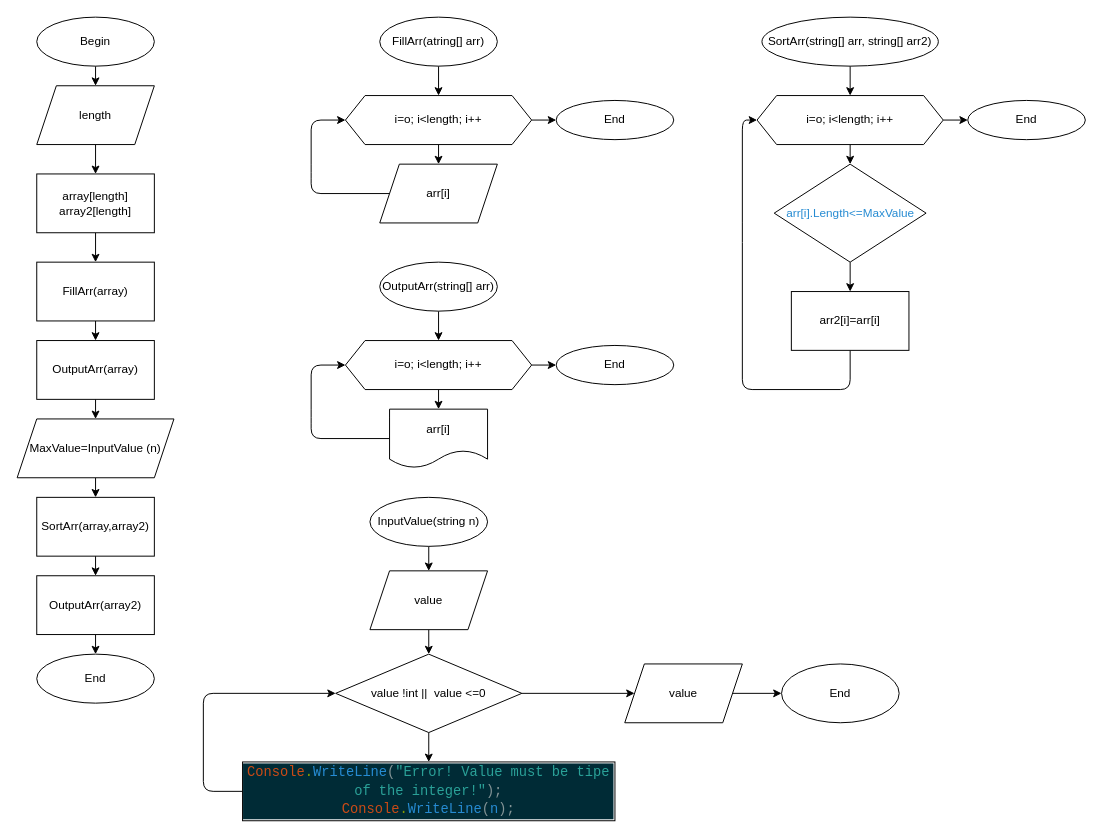
This is Block-diagram.drawio from Galina094/-.-., a draw.io file, before an edit. Source tidied: cells renumbered, new cells numbered last; positions are measured from the earlier drawing's top-left corner, leaving out a move shared by most shapes. Both pictures are drawn from the tidied source at 98%, with x=0, y=0 at pixel (17, 17).
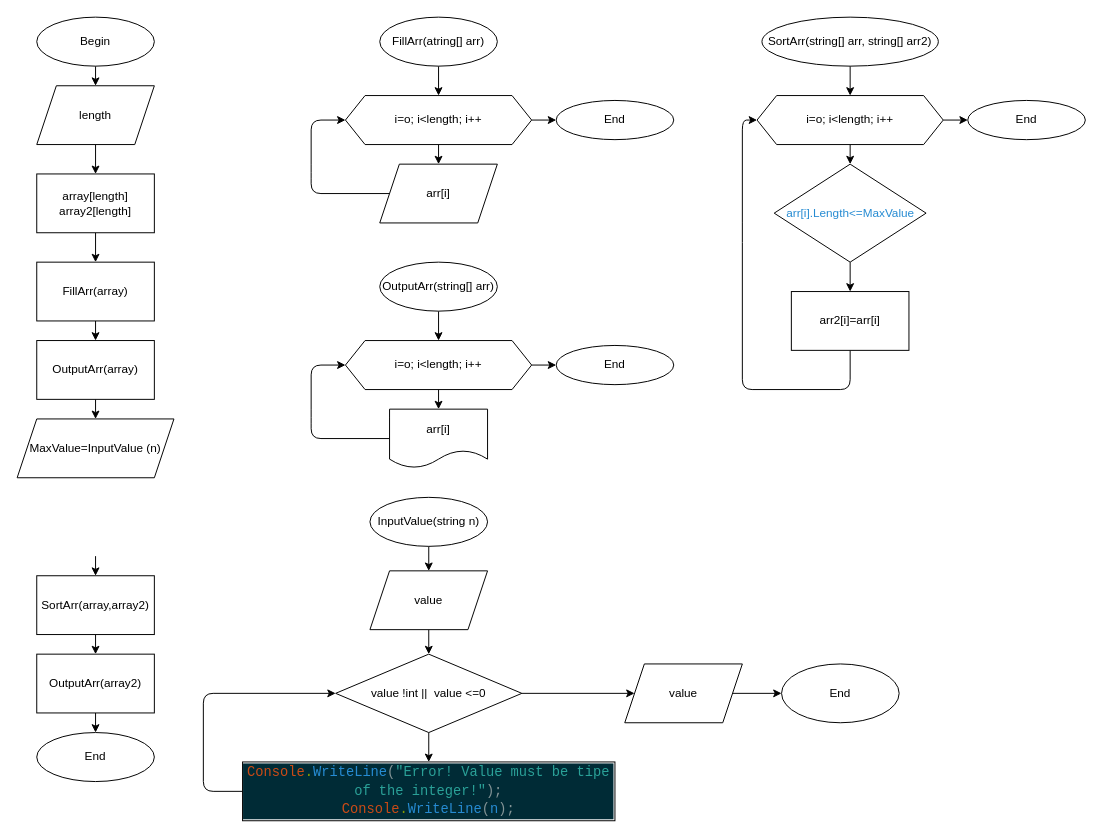
Above is the later version.

Unchanged cells that the change refers to:
```xml
<mxCell id="13" value="MaxValue=InputValue (n)" style="shape=parallelogram;perimeter=parallelogramPerimeter;whiteSpace=wrap;html=1;fixedSize=1;" parent="1" vertex="1">
  <mxGeometry y="410" width="160" height="60" as="geometry" />
</mxCell>
```

Diff of the diagram source:
```diff
@@
+    <mxCell id="57" style="edgeStyle=none;html=1;" parent="1" edge="1" target="15">
+      <mxGeometry relative="1" as="geometry">
+        <mxPoint x="80" y="550" as="sourcePoint" />
+      </mxGeometry>
+    </mxCell>
@@
-    <mxCell id="12" style="edgeStyle=none;html=1;exitX=0.5;exitY=1;exitDx=0;exitDy=0;entryX=0.5;entryY=0;entryDx=0;entryDy=0;" parent="1" edge="1" source="13" target="15">
-      <mxGeometry relative="1" as="geometry" />
-    </mxCell>
@@
     <mxCell id="15" value="SortArr(array,array2)" style="rounded=0;whiteSpace=wrap;html=1;" parent="1" vertex="1">
-      <mxGeometry x="20" y="490" width="120" height="60" as="geometry" />
+      <mxGeometry x="20" y="570" width="120" height="60" as="geometry" />
     </mxCell>
@@
     <mxCell id="17" value="OutputArr(array2)" style="rounded=0;whiteSpace=wrap;html=1;" parent="1" vertex="1">
-      <mxGeometry x="20" y="570" width="120" height="60" as="geometry" />
+      <mxGeometry x="20" y="650" width="120" height="60" as="geometry" />
     </mxCell>
     <mxCell id="18" value="End" style="ellipse;whiteSpace=wrap;html=1;" parent="1" vertex="1">
-      <mxGeometry x="20" y="650" width="120" height="50" as="geometry" />
+      <mxGeometry x="20" y="730" width="120" height="50" as="geometry" />
     </mxCell>
```
